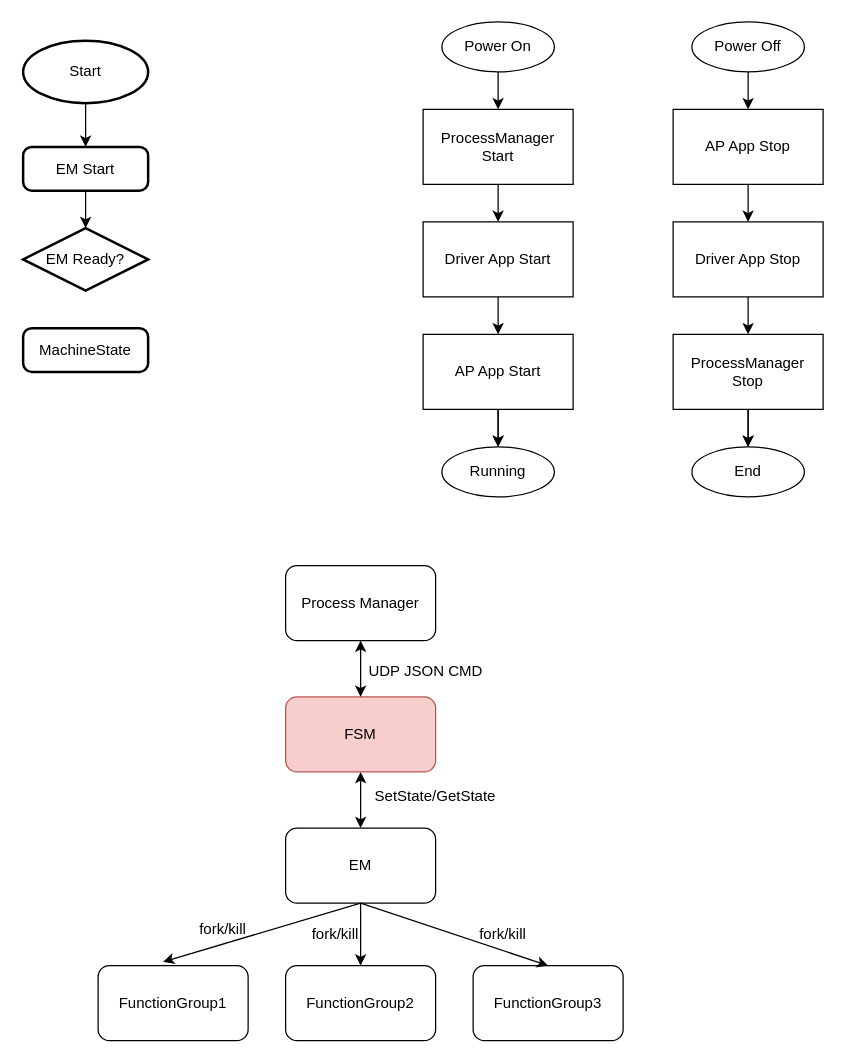
The draw.io diagram page "EM" (1 of 3) of AP.drawio in hehenihao/chart, before the edit. Source tidied: cells renumbered, new cells numbered last; positions are measured from the earlier drawing's top-left corner, leaving out a move shared by most shapes. Both pictures are drawn from the tidied source at 125%, with x=0, y=0 at pixel (22, 21).
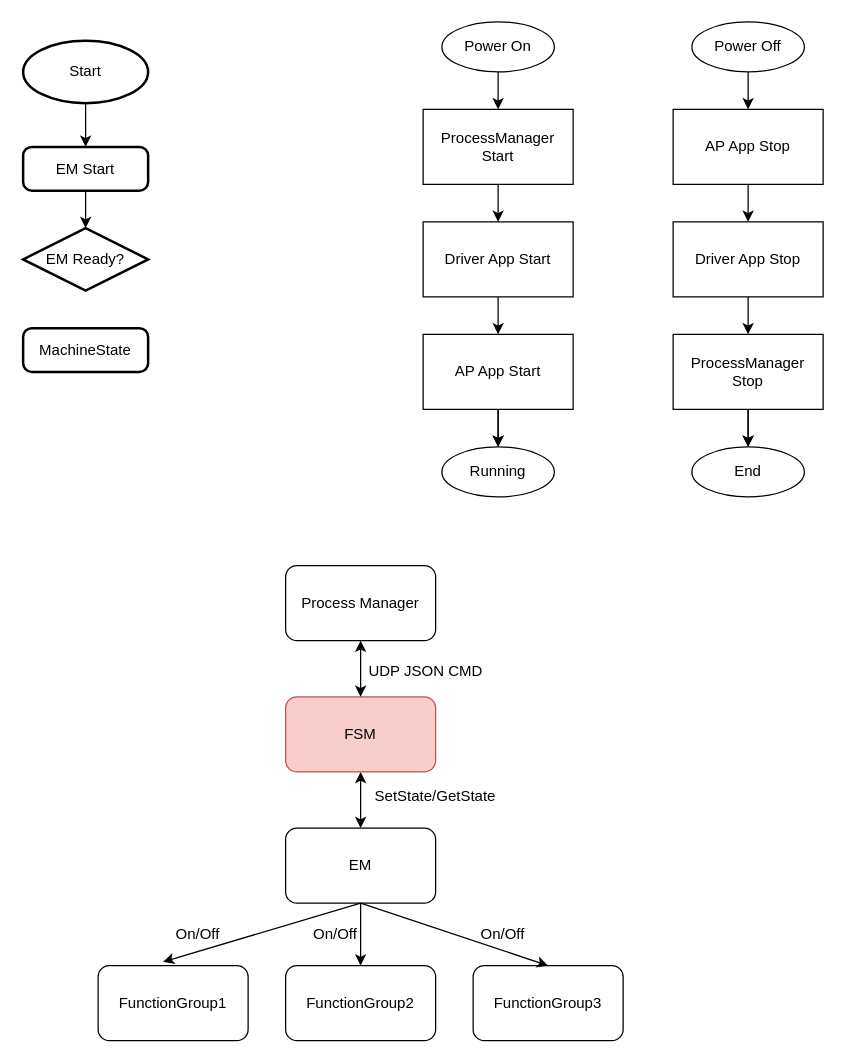
The same page after the edit.

What changed in the source:
```diff
@@
-    <mxCell id="41" value="fork/kill" style="text;html=1;strokeColor=none;fillColor=none;align=center;verticalAlign=middle;whiteSpace=wrap;rounded=0;" parent="1" vertex="1">
+    <mxCell id="41" value="On/Off" style="text;html=1;strokeColor=none;fillColor=none;align=center;verticalAlign=middle;whiteSpace=wrap;rounded=0;" parent="1" vertex="1">
       <mxGeometry x="354" y="715" width="60" height="30" as="geometry" />
     </mxCell>
-    <mxCell id="42" value="fork/kill" style="text;html=1;strokeColor=none;fillColor=none;align=center;verticalAlign=middle;whiteSpace=wrap;rounded=0;" parent="1" vertex="1">
-      <mxGeometry x="130" y="711" width="60" height="30" as="geometry" />
-    </mxCell>
-    <mxCell id="43" value="fork/kill" style="text;html=1;strokeColor=none;fillColor=none;align=center;verticalAlign=middle;whiteSpace=wrap;rounded=0;" parent="1" vertex="1">
-      <mxGeometry x="220" y="715" width="60" height="30" as="geometry" />
-    </mxCell>
+    <mxCell id="44" value="On/Off" style="text;html=1;strokeColor=none;fillColor=none;align=center;verticalAlign=middle;whiteSpace=wrap;rounded=0;" parent="1" vertex="1">
+      <mxGeometry x="220" y="715" width="60" height="30" as="geometry" />
+    </mxCell>
+    <mxCell id="45" value="On/Off" style="text;html=1;strokeColor=none;fillColor=none;align=center;verticalAlign=middle;whiteSpace=wrap;rounded=0;" parent="1" vertex="1">
+      <mxGeometry x="110" y="715" width="60" height="30" as="geometry" />
+    </mxCell>
```
